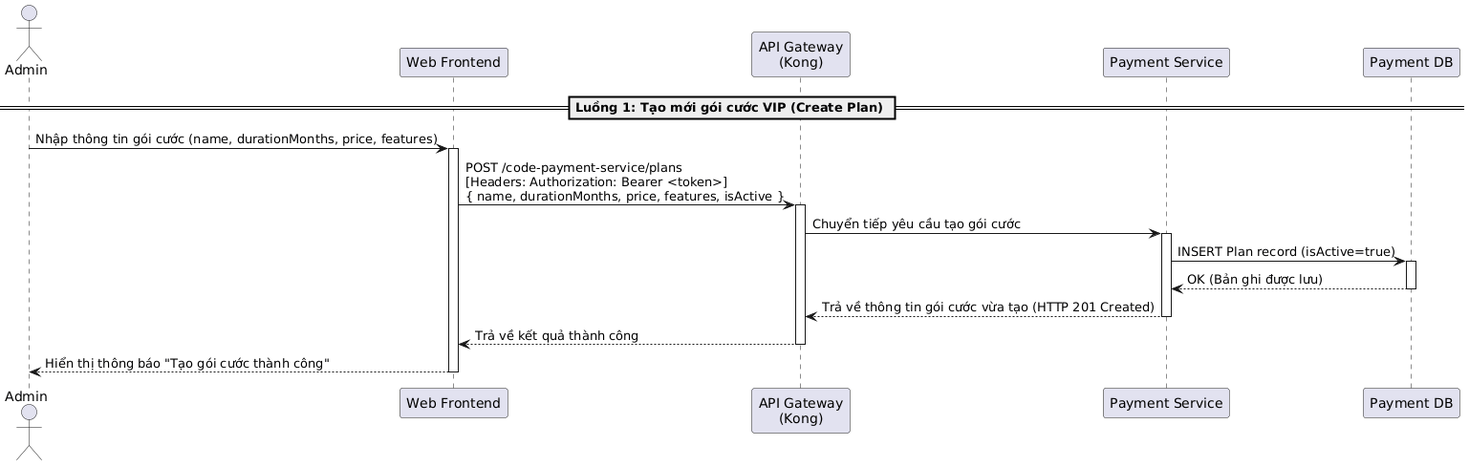
Above: temp/05-sequence/UML-Sequence-24.png in 20206205Tech/docs-uml (PlantUML), before the change.
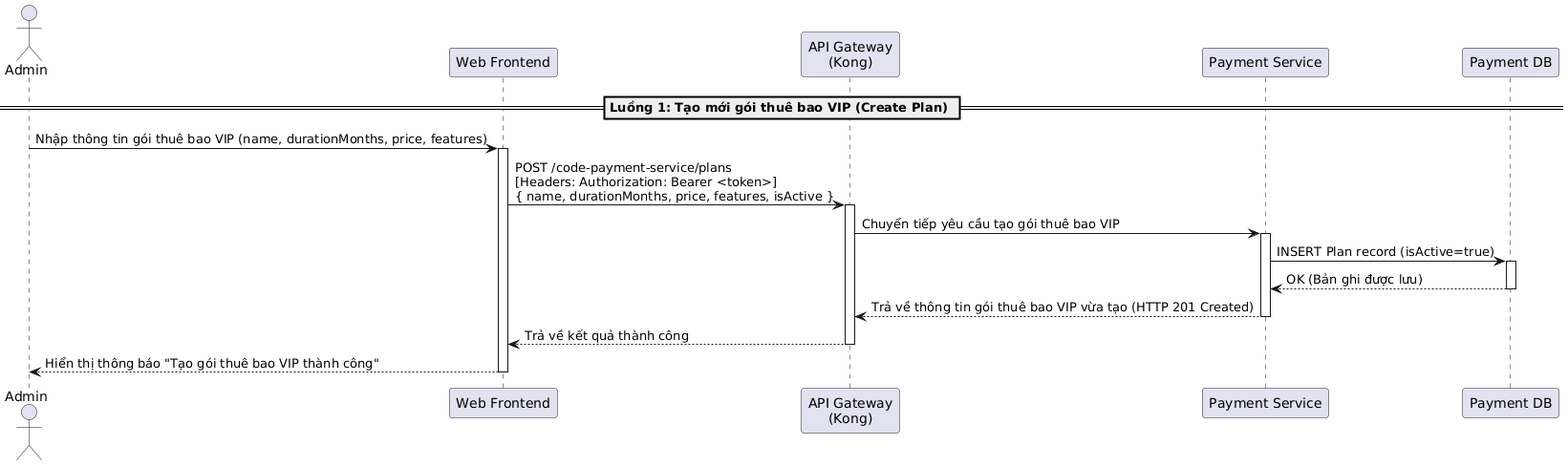
Above is the later version.

The edit, as a diff of the source:
```diff
@@ -5,12 +5,12 @@
 participant "Payment Service" as PaymentService
 participant "Payment DB" as DB
 
-== Luồng 1: Tạo mới gói cước VIP (Create Plan) ==
-Admin -> Frontend: Nhập thông tin gói cước (name, durationMonths, price, features)
+== Luồng 1: Tạo mới gói thuê bao VIP (Create Plan) ==
+Admin -> Frontend: Nhập thông tin gói thuê bao VIP (name, durationMonths, price, features)
 activate Frontend
 Frontend -> Kong: POST /code-payment-service/plans\n[Headers: Authorization: Bearer <token>]\n{ name, durationMonths, price, features, isActive }
 activate Kong
-Kong -> PaymentService: Chuyển tiếp yêu cầu tạo gói cước
+Kong -> PaymentService: Chuyển tiếp yêu cầu tạo gói thuê bao VIP
 activate PaymentService
 
 PaymentService -> DB: INSERT Plan record (isActive=true)
@@ -18,10 +18,10 @@
 DB --> PaymentService: OK (Bản ghi được lưu)
 deactivate DB
 
-PaymentService --> Kong: Trả về thông tin gói cước vừa tạo (HTTP 201 Created)
+PaymentService --> Kong: Trả về thông tin gói thuê bao VIP vừa tạo (HTTP 201 Created)
 deactivate PaymentService
 Kong --> Frontend: Trả về kết quả thành công
 deactivate Kong
-Frontend --> Admin: Hiển thị thông báo "Tạo gói cước thành công"
+Frontend --> Admin: Hiển thị thông báo "Tạo gói thuê bao VIP thành công"
 deactivate Frontend
 @enduml
```
